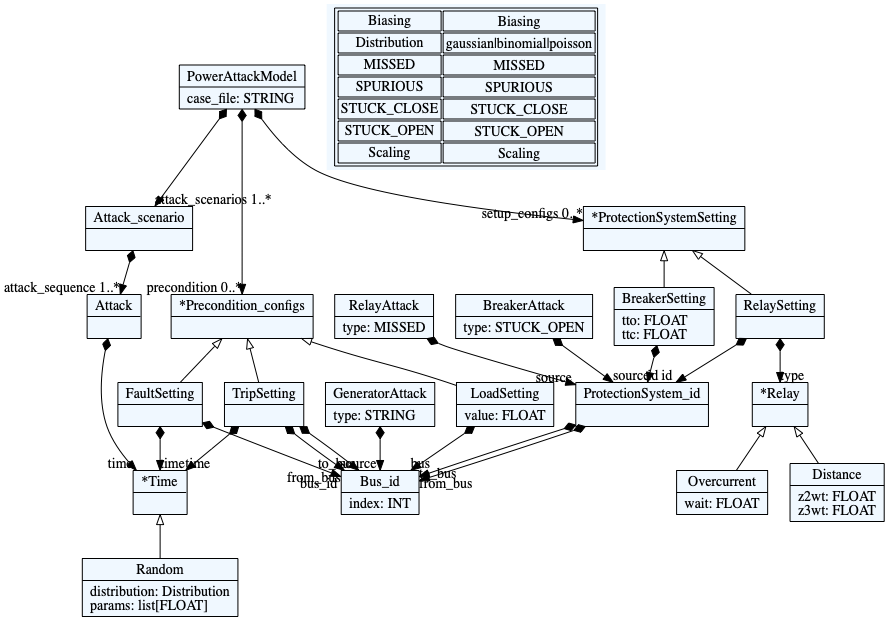
Above: dsl/attack.dot.png in chhokrad/power-attack (Graphviz), before the change. Its source is kept beside it as dsl/attack.dot. The source it was exported from:
```dot
    digraph textX {
    fontname = "Bitstream Vera Sans"
    fontsize = 8
    node[
        shape=record,
        style=filled,
        fillcolor=aliceblue
    ]
    nodesep = 0.3
    edge[dir=black,arrowtail=empty]


140382035373680[ label="{PowerAttackModel|case_file: STRING\l}"]

140382035468768[ label="{Attack_scenario|}"]

140382035471600[ label="{Attack|}"]

140382035446336[ label="{GeneratorAttack|type: STRING\l}"]

140382035478560[ label="{RelayAttack|type: MISSED\l}"]

140382035487056[ label="{BreakerAttack|type: STUCK_OPEN\l}"]

140382035480448[ label="{*Precondition_configs|}"]

140382035372736[ label="{TripSetting|}"]

140382035493664[ label="{*Time|}"]

140382035497072[ label="{Random|distribution: Distribution\lparams: list[FLOAT]\l}"]

140382035503888[ label="{FaultSetting|}"]

140382035507296[ label="{LoadSetting|value: FLOAT\l}"]

140382035510704[ label="{Bus_id|index: INT\l}"]

140382035514112[ label="{*ProtectionSystemSetting|}"]

140382035517520[ label="{BreakerSetting|tto: FLOAT\lttc: FLOAT\l}"]

140382035520928[ label="{ProtectionSystem_id|}"]

140382035523760[ label="{RelaySetting|}"]

140382035527168[ label="{*Relay|}"]

140382035530576[ label="{Overcurrent|wait: FLOAT\l}"]

140382035522816[ label="{Distance|z2wt: FLOAT\lz3wt: FLOAT\l}"]



140382035373680 -> 140382035514112[arrowtail=diamond, dir=both, headlabel="setup_configs 0..*"]
140382035373680 -> 140382035480448[arrowtail=diamond, dir=both, headlabel="precondition 0..*"]
140382035373680 -> 140382035468768[arrowtail=diamond, dir=both, headlabel="attack_scenarios 1..*"]
140382035468768 -> 140382035471600[arrowtail=diamond, dir=both, headlabel="attack_sequence 1..*"]
140382035471600 -> 140382035493664[arrowtail=diamond, dir=both, headlabel="time "]
140382035446336 -> 140382035510704[arrowtail=diamond, dir=both, headlabel="source "]
140382035478560 -> 140382035520928[arrowtail=diamond, dir=both, headlabel="source "]
140382035487056 -> 140382035520928[arrowtail=diamond, dir=both, headlabel="source "]
140382035480448 -> 140382035507296 [dir=back]
140382035480448 -> 140382035372736 [dir=back]
140382035480448 -> 140382035503888 [dir=back]
140382035372736 -> 140382035510704[arrowtail=diamond, dir=both, headlabel="from_bus "]
140382035372736 -> 140382035510704[arrowtail=diamond, dir=both, headlabel="to_bus "]
140382035372736 -> 140382035493664[arrowtail=diamond, dir=both, headlabel="time "]
140382035493664 -> 140382035497072 [dir=back]
140382035503888 -> 140382035510704[arrowtail=diamond, dir=both, headlabel="bus_id "]
140382035503888 -> 140382035493664[arrowtail=diamond, dir=both, headlabel="time "]
140382035507296 -> 140382035510704[arrowtail=diamond, dir=both, headlabel="bus "]
140382035514112 -> 140382035517520 [dir=back]
140382035514112 -> 140382035523760 [dir=back]
140382035517520 -> 140382035520928[arrowtail=diamond, dir=both, headlabel="id "]
140382035520928 -> 140382035510704[arrowtail=diamond, dir=both, headlabel="from_bus "]
140382035520928 -> 140382035510704[arrowtail=diamond, dir=both, headlabel="to_bus "]
140382035523760 -> 140382035520928[arrowtail=diamond, dir=both, headlabel="id "]
140382035523760 -> 140382035527168[arrowtail=diamond, dir=both, headlabel="type "]
140382035527168 -> 140382035530576 [dir=back]
140382035527168 -> 140382035522816 [dir=back]
match_rules [ shape=plaintext, label=< <table>
	<tr>
		<td><b>Biasing</b></td><td>Biasing</td>
	</tr>
	<tr>
		<td><b>Distribution</b></td><td>gaussian|binomial|poisson</td>
	</tr>
	<tr>
		<td><b>MISSED</b></td><td>MISSED</td>
	</tr>
	<tr>
		<td><b>SPURIOUS</b></td><td>SPURIOUS</td>
	</tr>
	<tr>
		<td><b>STUCK_CLOSE</b></td><td>STUCK_CLOSE</td>
	</tr>
	<tr>
		<td><b>STUCK_OPEN</b></td><td>STUCK_OPEN</td>
	</tr>
	<tr>
		<td><b>Scaling</b></td><td>Scaling</td>
	</tr>
</table> >]


}
```
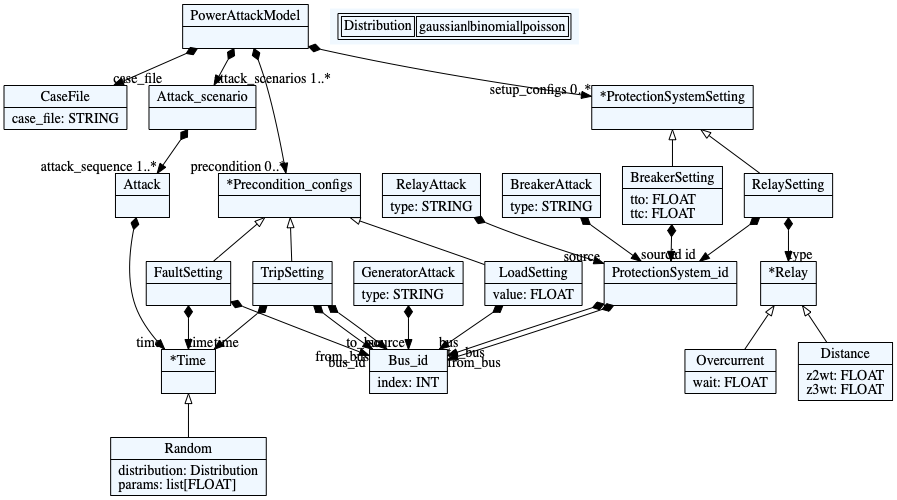
The same file after the commit.

The edit, as a diff of the source:
```diff
@@ -10,96 +10,81 @@
     edge[dir=black,arrowtail=empty]
 
 
-140382035373680[ label="{PowerAttackModel|case_file: STRING\l}"]
+140587700818048[ label="{PowerAttackModel|}"]
 
-140382035468768[ label="{Attack_scenario|}"]
+140587700833136[ label="{CaseFile|case_file: STRING\l}"]
 
-140382035471600[ label="{Attack|}"]
+140587700836544[ label="{Attack_scenario|}"]
 
-140382035446336[ label="{GeneratorAttack|type: STRING\l}"]
+140587700839952[ label="{Attack|}"]
 
-140382035478560[ label="{RelayAttack|type: MISSED\l}"]
+140587700843360[ label="{GeneratorAttack|type: STRING\l}"]
 
-140382035487056[ label="{BreakerAttack|type: STUCK_OPEN\l}"]
+140587700846768[ label="{RelayAttack|type: STRING\l}"]
 
-140382035480448[ label="{*Precondition_configs|}"]
+140587700850176[ label="{BreakerAttack|type: STRING\l}"]
 
-140382035372736[ label="{TripSetting|}"]
+140587700853584[ label="{*Precondition_configs|}"]
 
-140382035493664[ label="{*Time|}"]
+140587700856992[ label="{TripSetting|}"]
 
-140382035497072[ label="{Random|distribution: Distribution\lparams: list[FLOAT]\l}"]
+140587700860400[ label="{*Time|}"]
 
-140382035503888[ label="{FaultSetting|}"]
+140587700863808[ label="{Random|distribution: Distribution\lparams: list[FLOAT]\l}"]
 
-140382035507296[ label="{LoadSetting|value: FLOAT\l}"]
+140587700842416[ label="{FaultSetting|}"]
 
-140382035510704[ label="{Bus_id|index: INT\l}"]
+140587700823008[ label="{LoadSetting|value: FLOAT\l}"]
 
-140382035514112[ label="{*ProtectionSystemSetting|}"]
+140587700868368[ label="{Bus_id|index: INT\l}"]
 
-140382035517520[ label="{BreakerSetting|tto: FLOAT\lttc: FLOAT\l}"]
+140587700871776[ label="{*ProtectionSystemSetting|}"]
 
-140382035520928[ label="{ProtectionSystem_id|}"]
+140587700875184[ label="{BreakerSetting|tto: FLOAT\lttc: FLOAT\l}"]
 
-140382035523760[ label="{RelaySetting|}"]
+140587700878592[ label="{ProtectionSystem_id|}"]
 
-140382035527168[ label="{*Relay|}"]
+140587700882000[ label="{RelaySetting|}"]
 
-140382035530576[ label="{Overcurrent|wait: FLOAT\l}"]
+140587700885408[ label="{*Relay|}"]
 
-140382035522816[ label="{Distance|z2wt: FLOAT\lz3wt: FLOAT\l}"]
+140587700888816[ label="{Overcurrent|wait: FLOAT\l}"]
+
+140587700892224[ label="{Distance|z2wt: FLOAT\lz3wt: FLOAT\l}"]
 
 
 
-140382035373680 -> 140382035514112[arrowtail=diamond, dir=both, headlabel="setup_configs 0..*"]
-140382035373680 -> 140382035480448[arrowtail=diamond, dir=both, headlabel="precondition 0..*"]
-140382035373680 -> 140382035468768[arrowtail=diamond, dir=both, headlabel="attack_scenarios 1..*"]
-140382035468768 -> 140382035471600[arrowtail=diamond, dir=both, headlabel="attack_sequence 1..*"]
-140382035471600 -> 140382035493664[arrowtail=diamond, dir=both, headlabel="time "]
-140382035446336 -> 140382035510704[arrowtail=diamond, dir=both, headlabel="source "]
-140382035478560 -> 140382035520928[arrowtail=diamond, dir=both, headlabel="source "]
-140382035487056 -> 140382035520928[arrowtail=diamond, dir=both, headlabel="source "]
-140382035480448 -> 140382035507296 [dir=back]
-140382035480448 -> 140382035372736 [dir=back]
-140382035480448 -> 140382035503888 [dir=back]
-140382035372736 -> 140382035510704[arrowtail=diamond, dir=both, headlabel="from_bus "]
-140382035372736 -> 140382035510704[arrowtail=diamond, dir=both, headlabel="to_bus "]
-140382035372736 -> 140382035493664[arrowtail=diamond, dir=both, headlabel="time "]
-140382035493664 -> 140382035497072 [dir=back]
-140382035503888 -> 140382035510704[arrowtail=diamond, dir=both, headlabel="bus_id "]
-140382035503888 -> 140382035493664[arrowtail=diamond, dir=both, headlabel="time "]
-140382035507296 -> 140382035510704[arrowtail=diamond, dir=both, headlabel="bus "]
-140382035514112 -> 140382035517520 [dir=back]
-140382035514112 -> 140382035523760 [dir=back]
-140382035517520 -> 140382035520928[arrowtail=diamond, dir=both, headlabel="id "]
-140382035520928 -> 140382035510704[arrowtail=diamond, dir=both, headlabel="from_bus "]
-140382035520928 -> 140382035510704[arrowtail=diamond, dir=both, headlabel="to_bus "]
-140382035523760 -> 140382035520928[arrowtail=diamond, dir=both, headlabel="id "]
-140382035523760 -> 140382035527168[arrowtail=diamond, dir=both, headlabel="type "]
-140382035527168 -> 140382035530576 [dir=back]
-140382035527168 -> 140382035522816 [dir=back]
+140587700818048 -> 140587700833136[arrowtail=diamond, dir=both, headlabel="case_file "]
+140587700818048 -> 140587700871776[arrowtail=diamond, dir=both, headlabel="setup_configs 0..*"]
+140587700818048 -> 140587700853584[arrowtail=diamond, dir=both, headlabel="precondition 0..*"]
+140587700818048 -> 140587700836544[arrowtail=diamond, dir=both, headlabel="attack_scenarios 1..*"]
+140587700836544 -> 140587700839952[arrowtail=diamond, dir=both, headlabel="attack_sequence 1..*"]
+140587700839952 -> 140587700860400[arrowtail=diamond, dir=both, headlabel="time "]
+140587700843360 -> 140587700868368[arrowtail=diamond, dir=both, headlabel="source "]
+140587700846768 -> 140587700878592[arrowtail=diamond, dir=both, headlabel="source "]
+140587700850176 -> 140587700878592[arrowtail=diamond, dir=both, headlabel="source "]
+140587700853584 -> 140587700823008 [dir=back]
+140587700853584 -> 140587700856992 [dir=back]
+140587700853584 -> 140587700842416 [dir=back]
+140587700856992 -> 140587700868368[arrowtail=diamond, dir=both, headlabel="from_bus "]
+140587700856992 -> 140587700868368[arrowtail=diamond, dir=both, headlabel="to_bus "]
+140587700856992 -> 140587700860400[arrowtail=diamond, dir=both, headlabel="time "]
+140587700860400 -> 140587700863808 [dir=back]
+140587700842416 -> 140587700868368[arrowtail=diamond, dir=both, headlabel="bus_id "]
+140587700842416 -> 140587700860400[arrowtail=diamond, dir=both, headlabel="time "]
+140587700823008 -> 140587700868368[arrowtail=diamond, dir=both, headlabel="bus "]
+140587700871776 -> 140587700875184 [dir=back]
+140587700871776 -> 140587700882000 [dir=back]
+140587700875184 -> 140587700878592[arrowtail=diamond, dir=both, headlabel="id "]
+140587700878592 -> 140587700868368[arrowtail=diamond, dir=both, headlabel="from_bus "]
+140587700878592 -> 140587700868368[arrowtail=diamond, dir=both, headlabel="to_bus "]
+140587700882000 -> 140587700878592[arrowtail=diamond, dir=both, headlabel="id "]
+140587700882000 -> 140587700885408[arrowtail=diamond, dir=both, headlabel="type "]
+140587700885408 -> 140587700888816 [dir=back]
+140587700885408 -> 140587700892224 [dir=back]
 match_rules [ shape=plaintext, label=< <table>
 	<tr>
-		<td><b>Biasing</b></td><td>Biasing</td>
-	</tr>
-	<tr>
 		<td><b>Distribution</b></td><td>gaussian|binomial|poisson</td>
-	</tr>
-	<tr>
-		<td><b>MISSED</b></td><td>MISSED</td>
-	</tr>
-	<tr>
-		<td><b>SPURIOUS</b></td><td>SPURIOUS</td>
-	</tr>
-	<tr>
-		<td><b>STUCK_CLOSE</b></td><td>STUCK_CLOSE</td>
-	</tr>
-	<tr>
-		<td><b>STUCK_OPEN</b></td><td>STUCK_OPEN</td>
-	</tr>
-	<tr>
-		<td><b>Scaling</b></td><td>Scaling</td>
 	</tr>
 </table> >]
 
```
